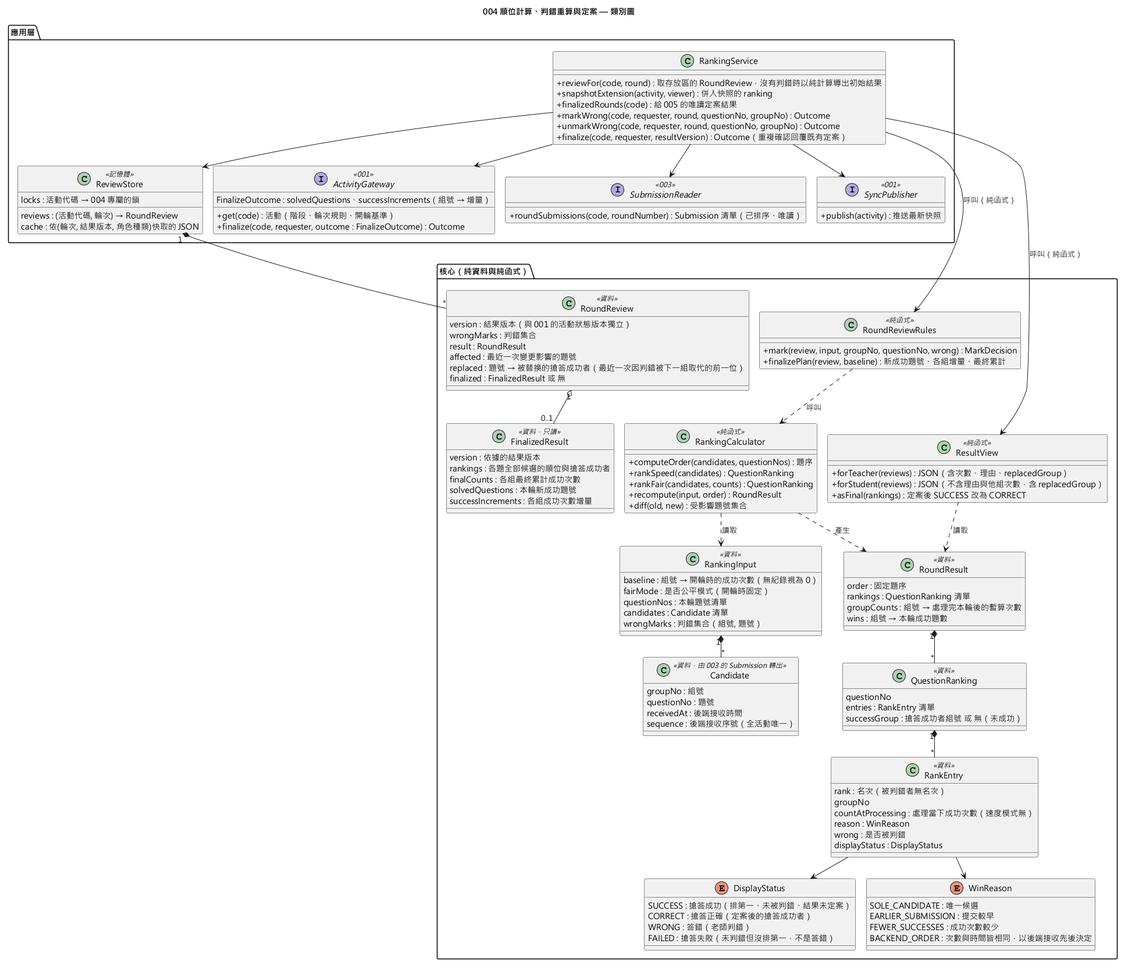
Above: diagrams/004-ranking-review-class.png in EricC430/lecture-answer-first_group16_speckit (PlantUML), before the change.
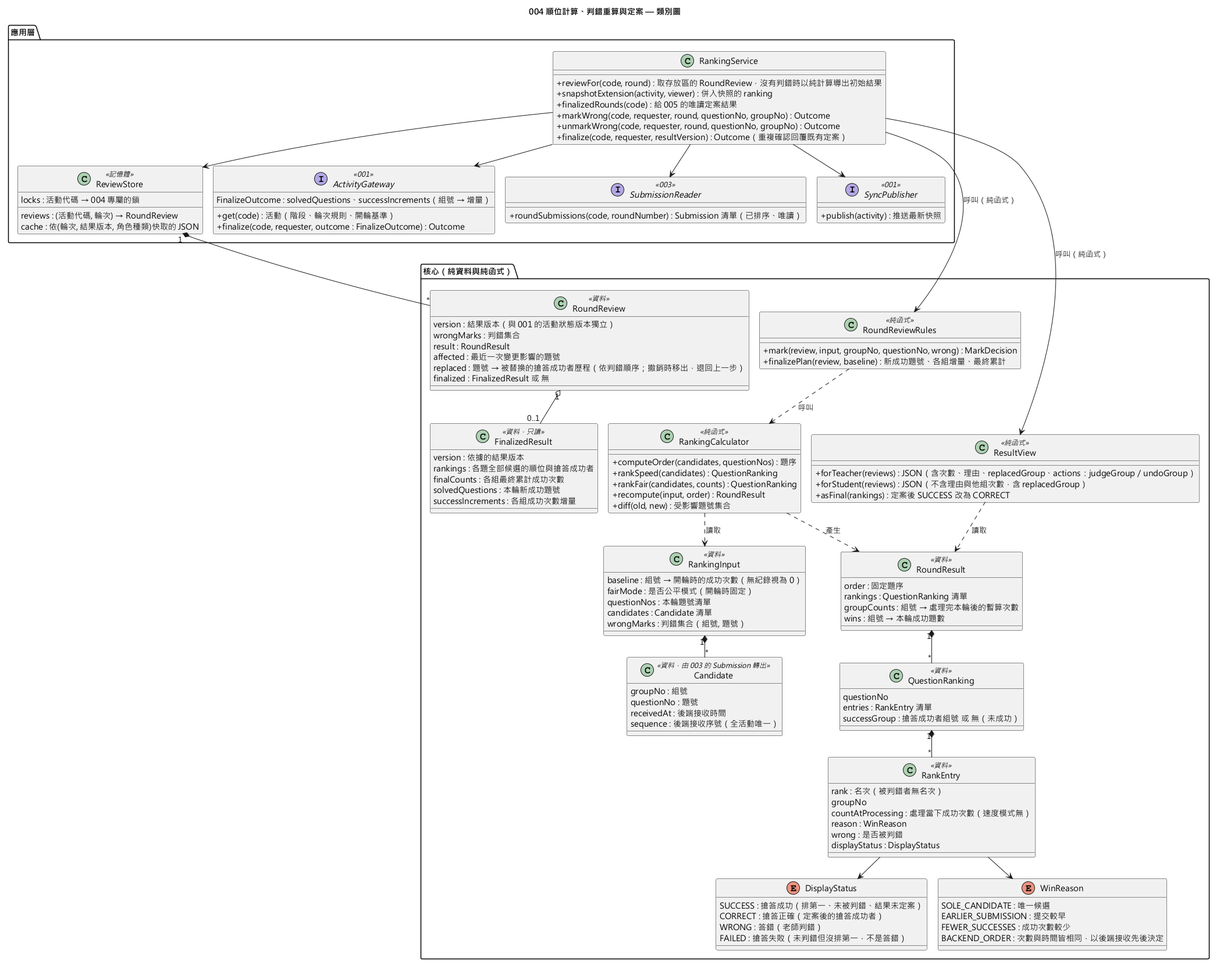
After the commit.

Commit message:
docs: 004 依 analyze 修正（撤銷退回上一步、API 不限搶答成功者的測試、actions 純函式、用語）(#8)

What changed in the source:
```diff
@@ -56,7 +56,7 @@
   }
 
   class ResultView <<純函式>> {
-    +forTeacher(reviews) : JSON（含次數、理由、replacedGroup）
+    +forTeacher(reviews) : JSON（含次數、理由、replacedGroup、actions：judgeGroup／undoGroup）
     +forStudent(reviews) : JSON（不含理由與他組次數，含 replacedGroup）
     +asFinal(rankings) : 定案後 SUCCESS 改為 CORRECT
   }
@@ -66,7 +66,7 @@
     wrongMarks : 判錯集合
     result : RoundResult
     affected : 最近一次變更影響的題號
-    replaced : 題號 → 被替換的搶答成功者（最近一次因判錯被下一組取代的前一位）
+    replaced : 題號 → 被替換的搶答成功者歷程（依判錯順序；撤銷時移出，退回上一步）
     finalized : FinalizedResult 或 無
   }
 
```
